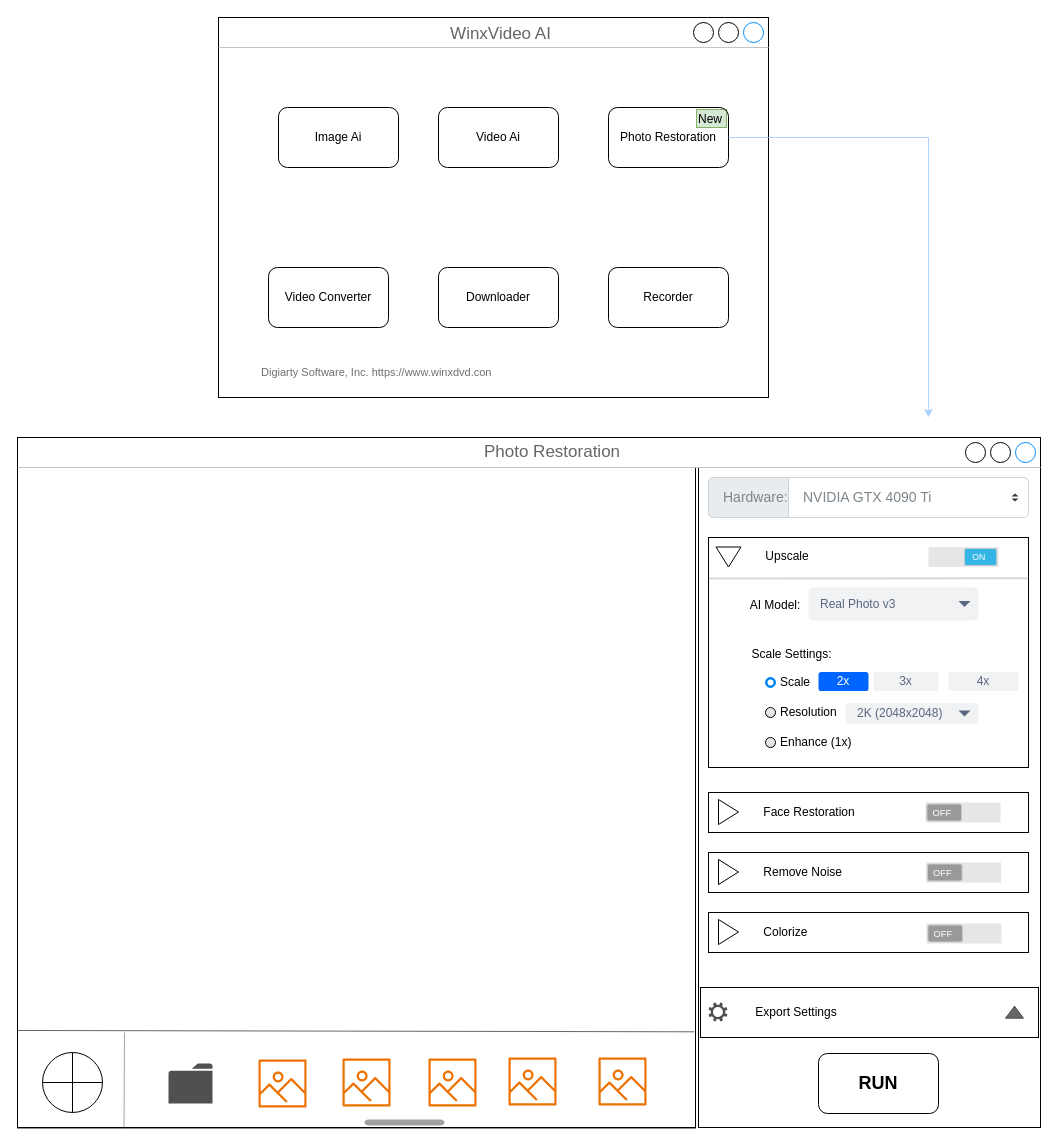
macfanr/drawio keeps this draw.io diagram as photo.drawio. Above is the earlier version. Source tidied: cells renumbered, new cells numbered last; positions are measured from the earlier drawing's top-left corner, leaving out a move shared by most shapes. Both pictures are drawn from the tidied source at 100%, with x=0, y=0 at pixel (17, 17).
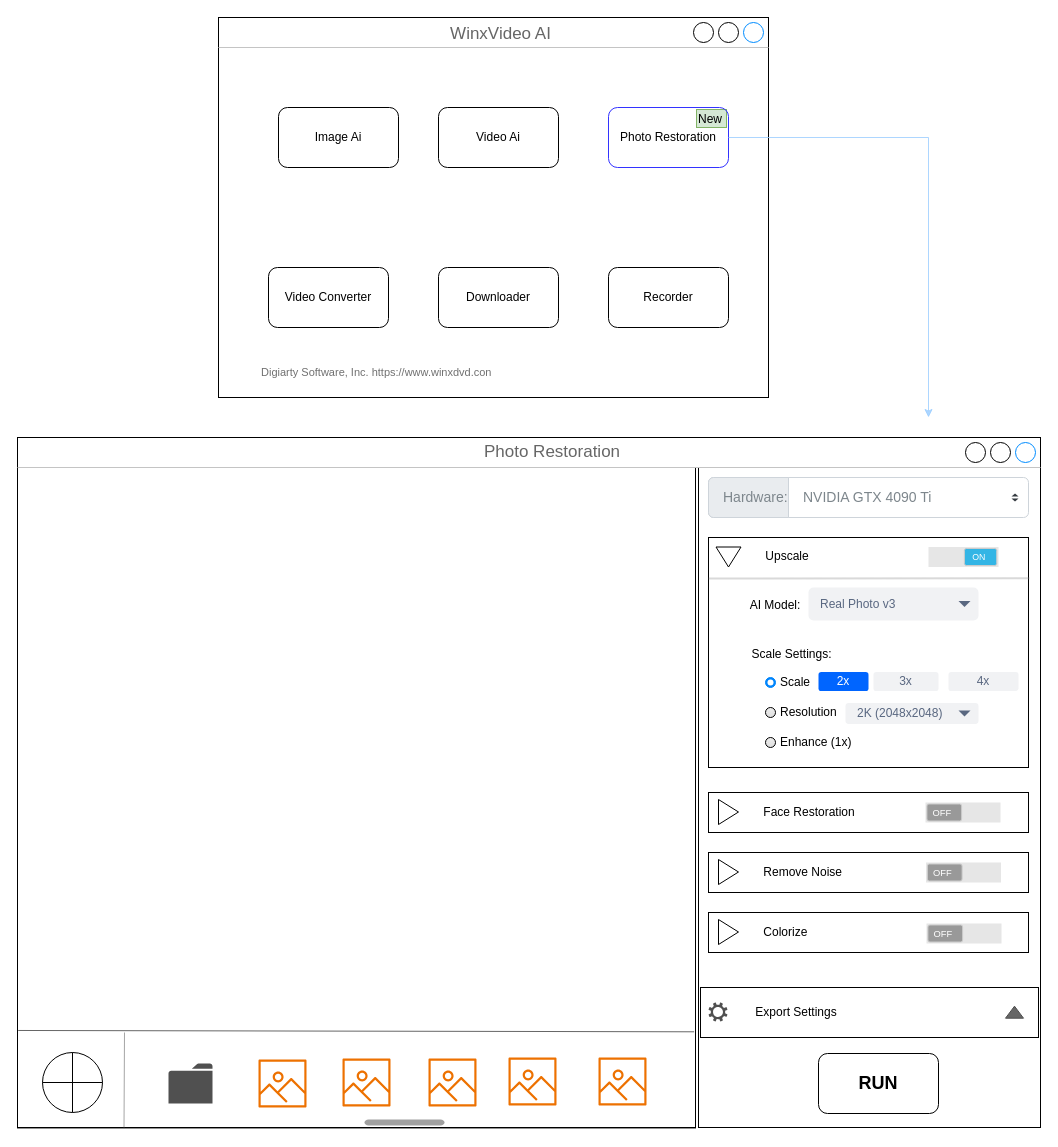
The same diagram, later.

The edit, as a diff of the source:
```diff
@@
-    <mxCell id="41" value="Photo Restoration" style="rounded=1;whiteSpace=wrap;html=1;fillColor=none;" parent="1" vertex="1">
+    <mxCell id="41" value="Photo Restoration" style="rounded=1;whiteSpace=wrap;html=1;fillColor=none;strokeColor=#3333FF;" parent="1" vertex="1">
       <mxGeometry x="591" y="90" width="120" height="60" as="geometry" />
     </mxCell>
```
